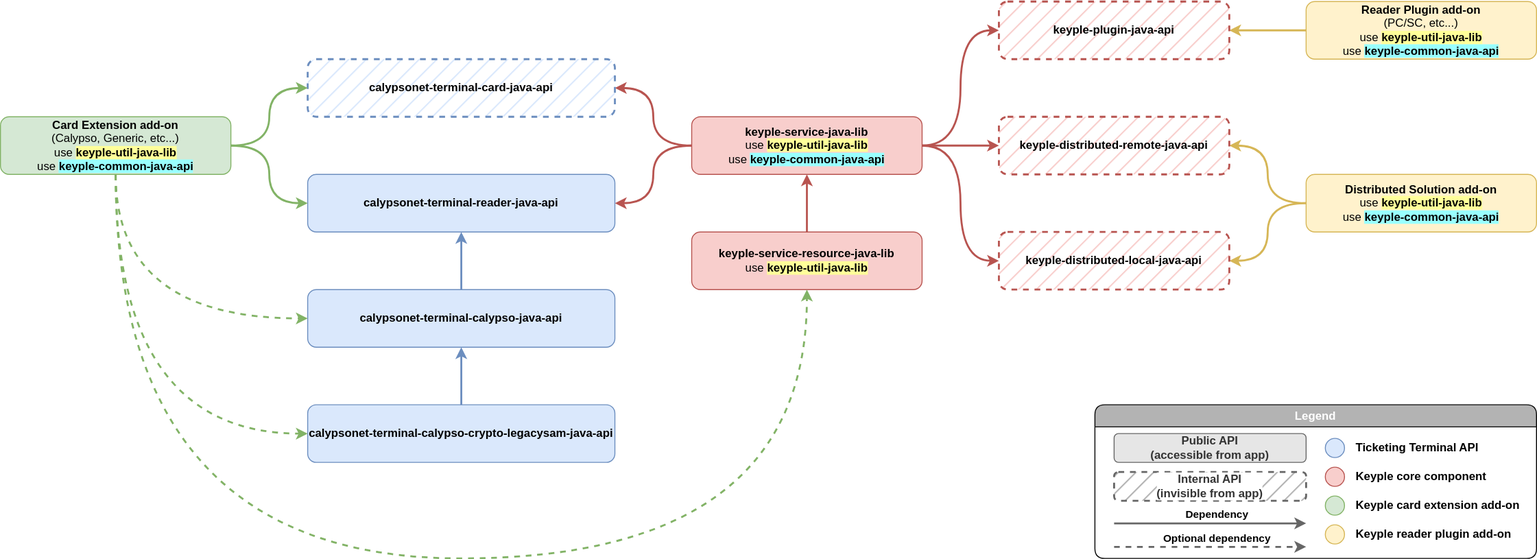
Before: static/media/learn/developer-guide/component-dependencies/component_dependencies_overview.drawio.svg, a diagram exported from draw.io (eclipse-keyple/keyple-website). Source tidied: cells renumbered, new cells last; positions are measured from the earlier drawing's top-left corner, leaving out a move shared by most shapes.
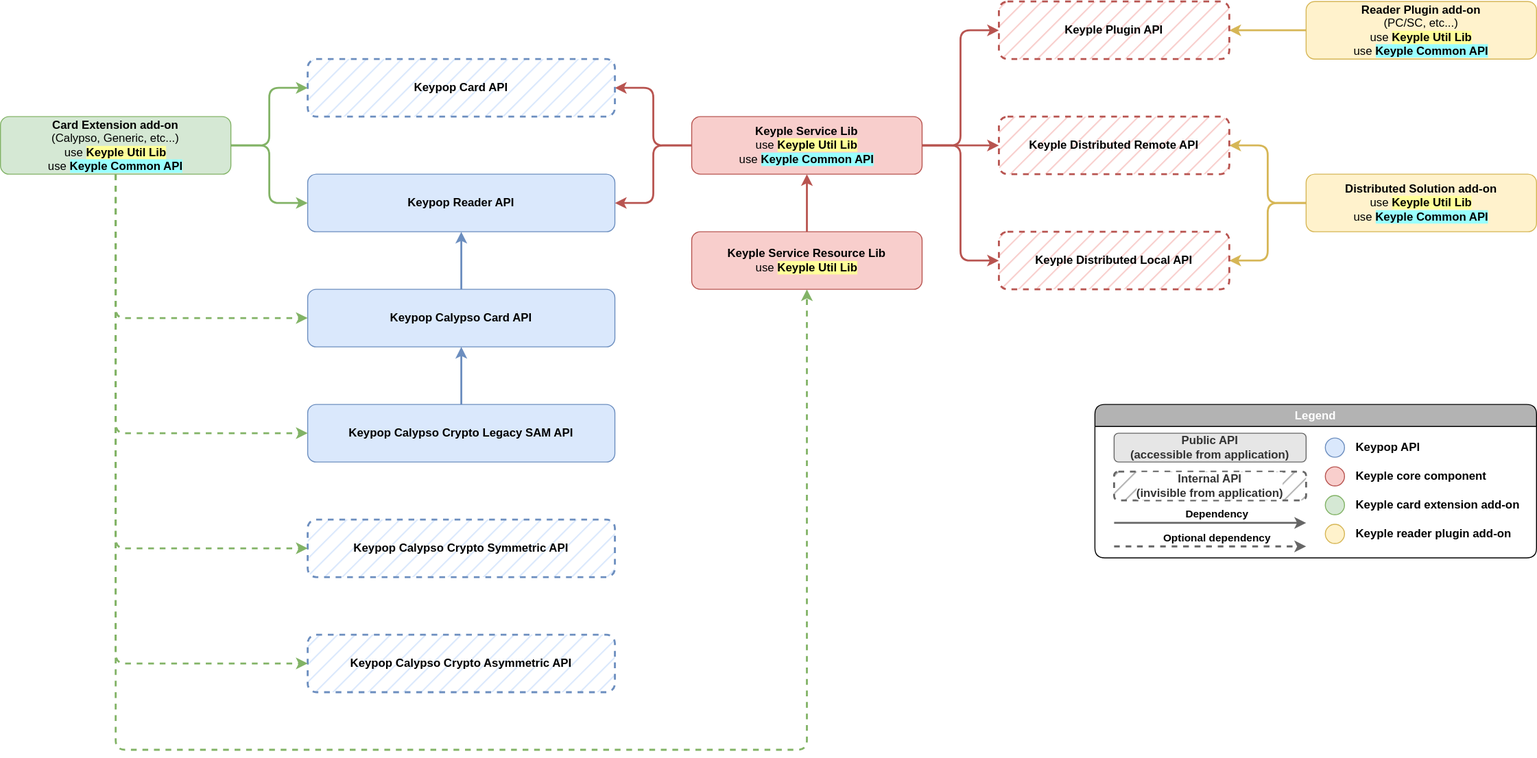
Above is the later version.

Change to the diagram source:
```diff
@@ -5,49 +5,49 @@
     <mxCell id="2" style="edgeStyle=orthogonalEdgeStyle;curved=1;jettySize=auto;html=1;exitX=0;exitY=0.5;exitDx=0;exitDy=0;entryX=1;entryY=0.5;entryDx=0;entryDy=0;strokeWidth=2;fillColor=#fff2cc;strokeColor=#d6b656;" parent="1" edge="1" source="3" target="15">
       <mxGeometry relative="1" as="geometry" />
     </mxCell>
-    <mxCell id="3" value="&lt;b&gt;Reader Plugin add-on&lt;/b&gt;&lt;br&gt;(PC/SC, etc...)&lt;br&gt;use &lt;b style=&quot;background-color: rgb(255, 255, 153);&quot;&gt;keyple-util-java-lib&lt;/b&gt;&lt;br&gt;use &lt;b style=&quot;background-color: rgb(153, 255, 255);&quot;&gt;keyple-common-java-api&lt;/b&gt;" style="rounded=1;whiteSpace=wrap;html=1;fillColor=#fff2cc;strokeColor=#d6b656;fontStyle=0;" parent="1" vertex="1">
+    <mxCell id="3" value="&lt;b&gt;Reader Plugin add-on&lt;/b&gt;&lt;br&gt;(PC/SC, etc...)&lt;br&gt;use&amp;nbsp;&lt;b style=&quot;border-color: var(--border-color); background-color: rgb(255, 255, 153);&quot;&gt;Keyple Util Lib&lt;/b&gt;&lt;br&gt;use &lt;b style=&quot;background-color: rgb(153, 255, 255);&quot;&gt;Keyple Common API&lt;/b&gt;" style="rounded=1;whiteSpace=wrap;html=1;fillColor=#fff2cc;strokeColor=#d6b656;fontStyle=0;" parent="1" vertex="1">
       <mxGeometry x="1360" width="240" height="60" as="geometry" />
     </mxCell>
     <mxCell id="4" style="edgeStyle=orthogonalEdgeStyle;jettySize=auto;html=1;exitX=0.5;exitY=0;exitDx=0;exitDy=0;entryX=0.5;entryY=1;entryDx=0;entryDy=0;strokeWidth=2;fillColor=#f8cecc;strokeColor=#b85450;curved=1;" parent="1" edge="1" source="5" target="11">
       <mxGeometry relative="1" as="geometry" />
     </mxCell>
-    <mxCell id="5" value="&lt;b&gt;keyple-service-resource-java-lib&lt;/b&gt;&lt;br&gt;use &lt;b style=&quot;background-color: rgb(255, 255, 153);&quot;&gt;keyple-util-java-lib&lt;/b&gt;" style="rounded=1;whiteSpace=wrap;html=1;fillColor=#f8cecc;strokeColor=#b85450;fontStyle=0;" parent="1" vertex="1">
+    <mxCell id="5" value="&lt;b&gt;Keyple Service Resource Lib&lt;/b&gt;&lt;br&gt;use&amp;nbsp;&lt;b style=&quot;border-color: var(--border-color); background-color: rgb(255, 255, 153);&quot;&gt;Keyple Util Lib&lt;/b&gt;" style="rounded=1;whiteSpace=wrap;html=1;fillColor=#f8cecc;strokeColor=#b85450;fontStyle=0;" parent="1" vertex="1">
       <mxGeometry x="720" y="240" width="240" height="60" as="geometry" />
     </mxCell>
-    <mxCell id="6" style="edgeStyle=orthogonalEdgeStyle;curved=1;jettySize=auto;html=1;exitX=1;exitY=0.5;exitDx=0;exitDy=0;entryX=0;entryY=0.5;entryDx=0;entryDy=0;strokeWidth=2;fillColor=#f8cecc;strokeColor=#b85450;" parent="1" edge="1" source="11" target="15">
+    <mxCell id="6" style="edgeStyle=orthogonalEdgeStyle;jettySize=auto;html=1;exitX=1;exitY=0.5;exitDx=0;exitDy=0;entryX=0;entryY=0.5;entryDx=0;entryDy=0;strokeWidth=2;fillColor=#f8cecc;strokeColor=#b85450;rounded=1;" parent="1" edge="1" source="11" target="15">
       <mxGeometry relative="1" as="geometry" />
     </mxCell>
     <mxCell id="7" style="edgeStyle=orthogonalEdgeStyle;curved=1;jettySize=auto;html=1;exitX=1;exitY=0.5;exitDx=0;exitDy=0;entryX=0;entryY=0.5;entryDx=0;entryDy=0;strokeWidth=2;fillColor=#f8cecc;strokeColor=#b85450;" parent="1" edge="1" source="11" target="16">
       <mxGeometry relative="1" as="geometry" />
     </mxCell>
-    <mxCell id="8" style="edgeStyle=orthogonalEdgeStyle;curved=1;jettySize=auto;html=1;exitX=1;exitY=0.5;exitDx=0;exitDy=0;entryX=0;entryY=0.5;entryDx=0;entryDy=0;strokeWidth=2;fillColor=#f8cecc;strokeColor=#b85450;" parent="1" edge="1" source="11" target="17">
+    <mxCell id="8" style="edgeStyle=orthogonalEdgeStyle;jettySize=auto;html=1;exitX=1;exitY=0.5;exitDx=0;exitDy=0;entryX=0;entryY=0.5;entryDx=0;entryDy=0;strokeWidth=2;fillColor=#f8cecc;strokeColor=#b85450;rounded=1;" parent="1" edge="1" source="11" target="17">
       <mxGeometry relative="1" as="geometry" />
     </mxCell>
-    <mxCell id="9" style="edgeStyle=orthogonalEdgeStyle;curved=1;jettySize=auto;html=1;exitX=0;exitY=0.5;exitDx=0;exitDy=0;entryX=1;entryY=0.5;entryDx=0;entryDy=0;strokeWidth=2;fillColor=#f8cecc;strokeColor=#b85450;" parent="1" edge="1" source="11" target="38">
+    <mxCell id="9" style="edgeStyle=orthogonalEdgeStyle;jettySize=auto;html=1;exitX=0;exitY=0.5;exitDx=0;exitDy=0;entryX=1;entryY=0.5;entryDx=0;entryDy=0;strokeWidth=2;fillColor=#f8cecc;strokeColor=#b85450;rounded=1;" parent="1" edge="1" source="11" target="38">
       <mxGeometry relative="1" as="geometry" />
     </mxCell>
-    <mxCell id="10" style="edgeStyle=orthogonalEdgeStyle;curved=1;jettySize=auto;html=1;exitX=0;exitY=0.5;exitDx=0;exitDy=0;entryX=1;entryY=0.5;entryDx=0;entryDy=0;strokeWidth=2;fillColor=#f8cecc;strokeColor=#b85450;" parent="1" edge="1" source="11" target="37">
+    <mxCell id="10" style="edgeStyle=orthogonalEdgeStyle;jettySize=auto;html=1;exitX=0;exitY=0.5;exitDx=0;exitDy=0;entryX=1;entryY=0.5;entryDx=0;entryDy=0;strokeWidth=2;fillColor=#f8cecc;strokeColor=#b85450;rounded=1;" parent="1" edge="1" source="11" target="37">
       <mxGeometry relative="1" as="geometry" />
     </mxCell>
-    <mxCell id="11" value="&lt;b&gt;keyple-service-java-lib&lt;/b&gt;&lt;br&gt;use &lt;b style=&quot;background-color: rgb(255, 255, 153);&quot;&gt;keyple-util-java-lib&lt;/b&gt;&lt;br&gt;use &lt;b style=&quot;background-color: rgb(153, 255, 255);&quot;&gt;keyple-common-java-api&lt;/b&gt;" style="rounded=1;whiteSpace=wrap;html=1;fillColor=#f8cecc;strokeColor=#b85450;fontStyle=0;" parent="1" vertex="1">
+    <mxCell id="11" value="&lt;b&gt;Keyple Service Lib&lt;/b&gt;&lt;br&gt;use&amp;nbsp;&lt;b style=&quot;border-color: var(--border-color); background-color: rgb(255, 255, 153);&quot;&gt;Keyple Util Lib&lt;/b&gt;&lt;br&gt;use &lt;b style=&quot;background-color: rgb(153, 255, 255);&quot;&gt;Keyple Common API&lt;/b&gt;" style="rounded=1;whiteSpace=wrap;html=1;fillColor=#f8cecc;strokeColor=#b85450;fontStyle=0;" parent="1" vertex="1">
       <mxGeometry x="720" y="120" width="240" height="60" as="geometry" />
     </mxCell>
-    <mxCell id="12" style="edgeStyle=orthogonalEdgeStyle;curved=1;jettySize=auto;html=1;exitX=0;exitY=0.5;exitDx=0;exitDy=0;entryX=1;entryY=0.5;entryDx=0;entryDy=0;strokeWidth=2;fillColor=#fff2cc;strokeColor=#d6b656;" parent="1" edge="1" source="14" target="16">
+    <mxCell id="12" style="edgeStyle=orthogonalEdgeStyle;jettySize=auto;html=1;exitX=0;exitY=0.5;exitDx=0;exitDy=0;entryX=1;entryY=0.5;entryDx=0;entryDy=0;strokeWidth=2;fillColor=#fff2cc;strokeColor=#d6b656;rounded=1;" parent="1" edge="1" source="14" target="16">
       <mxGeometry relative="1" as="geometry" />
     </mxCell>
-    <mxCell id="13" style="edgeStyle=orthogonalEdgeStyle;jettySize=auto;html=1;exitX=0;exitY=0.5;exitDx=0;exitDy=0;entryX=1;entryY=0.5;entryDx=0;entryDy=0;curved=1;fillColor=#fff2cc;strokeColor=#d6b656;strokeWidth=2;" parent="1" edge="1" source="14" target="17">
+    <mxCell id="13" style="edgeStyle=orthogonalEdgeStyle;jettySize=auto;html=1;exitX=0;exitY=0.5;exitDx=0;exitDy=0;entryX=1;entryY=0.5;entryDx=0;entryDy=0;fillColor=#fff2cc;strokeColor=#d6b656;strokeWidth=2;rounded=1;" parent="1" edge="1" source="14" target="17">
       <mxGeometry relative="1" as="geometry" />
     </mxCell>
-    <mxCell id="14" value="&lt;b&gt;Distributed Solution add-on&lt;/b&gt;&lt;br&gt;use &lt;b style=&quot;background-color: rgb(255, 255, 153);&quot;&gt;keyple-util-java-lib&lt;/b&gt;&lt;br&gt;use &lt;b style=&quot;background-color: rgb(153, 255, 255);&quot;&gt;keyple-common-java-api&lt;/b&gt;" style="rounded=1;whiteSpace=wrap;html=1;fillColor=#fff2cc;strokeColor=#d6b656;fontStyle=0;" parent="1" vertex="1">
+    <mxCell id="14" value="&lt;b&gt;Distributed Solution add-on&lt;/b&gt;&lt;br&gt;use&amp;nbsp;&lt;b style=&quot;border-color: var(--border-color); background-color: rgb(255, 255, 153);&quot;&gt;Keyple Util Lib&lt;/b&gt;&lt;br&gt;use &lt;b style=&quot;background-color: rgb(153, 255, 255);&quot;&gt;Keyple Common API&lt;/b&gt;" style="rounded=1;whiteSpace=wrap;html=1;fillColor=#fff2cc;strokeColor=#d6b656;fontStyle=0;" parent="1" vertex="1">
       <mxGeometry x="1360" y="180" width="240" height="60" as="geometry" />
     </mxCell>
-    <mxCell id="15" value="keyple-plugin-java-api" style="rounded=1;whiteSpace=wrap;html=1;fillColor=#f8cecc;strokeColor=#b85450;fontStyle=1;dashed=1;fillStyle=hatch;glass=0;shadow=0;perimeterSpacing=0;strokeWidth=2;" parent="1" vertex="1">
+    <mxCell id="15" value="Keyple Plugin API" style="rounded=1;whiteSpace=wrap;html=1;fillColor=#f8cecc;strokeColor=#b85450;fontStyle=1;dashed=1;fillStyle=hatch;glass=0;shadow=0;perimeterSpacing=0;strokeWidth=2;" parent="1" vertex="1">
       <mxGeometry x="1040" width="240" height="60" as="geometry" />
     </mxCell>
-    <mxCell id="16" value="keyple-distributed-remote-java-api" style="rounded=1;whiteSpace=wrap;html=1;fillColor=#f8cecc;strokeColor=#b85450;fontStyle=1;dashed=1;strokeWidth=2;fillStyle=hatch;" parent="1" vertex="1">
+    <mxCell id="16" value="Keyple Distributed Remote API" style="rounded=1;whiteSpace=wrap;html=1;fillColor=#f8cecc;strokeColor=#b85450;fontStyle=1;dashed=1;strokeWidth=2;fillStyle=hatch;" parent="1" vertex="1">
       <mxGeometry x="1040" y="120" width="240" height="60" as="geometry" />
     </mxCell>
-    <mxCell id="17" value="keyple-distributed-local-java-api" style="rounded=1;whiteSpace=wrap;html=1;fillColor=#f8cecc;strokeColor=#b85450;fontStyle=1;dashed=1;strokeWidth=2;fillStyle=hatch;" parent="1" vertex="1">
+    <mxCell id="17" value="Keyple Distributed Local API" style="rounded=1;whiteSpace=wrap;html=1;fillColor=#f8cecc;strokeColor=#b85450;fontStyle=1;dashed=1;strokeWidth=2;fillStyle=hatch;" parent="1" vertex="1">
       <mxGeometry x="1040" y="240" width="240" height="60" as="geometry" />
     </mxCell>
     <mxCell id="18" value="Legend" style="swimlane;whiteSpace=wrap;html=1;shadow=0;glass=0;labelBackgroundColor=#B3B3B3;fillStyle=auto;strokeWidth=1;fillColor=#B3B3B3;gradientColor=none;rounded=1;swimlaneFillColor=none;swimlaneLine=1;fontColor=#FFFFFF;" parent="1" vertex="1">
@@ -64,16 +64,16 @@
         <mxPoint x="15" y="-9" as="offset" />
       </mxGeometry>
     </mxCell>
-    <mxCell id="21" value="Public API&lt;br&gt;(accessible from app)" style="rounded=1;whiteSpace=wrap;html=1;fillColor=#E6E6E6;strokeColor=#666666;fontStyle=1;strokeWidth=1;fillStyle=auto;fontColor=#333333;gradientColor=none;labelBackgroundColor=none;" parent="18" vertex="1">
+    <mxCell id="21" value="Public API&lt;br&gt;(accessible from application)" style="rounded=1;whiteSpace=wrap;html=1;fillColor=#E6E6E6;strokeColor=#666666;fontStyle=1;strokeWidth=1;fillStyle=auto;fontColor=#333333;gradientColor=none;labelBackgroundColor=none;" parent="18" vertex="1">
       <mxGeometry x="20" y="30" width="200" height="30" as="geometry" />
     </mxCell>
-    <mxCell id="22" value="Internal API&lt;br&gt;(invisible from app)" style="rounded=1;whiteSpace=wrap;html=1;fillColor=#B3B3B3;strokeColor=#666666;fontStyle=1;strokeWidth=2;fillStyle=hatch;fontColor=#333333;gradientColor=none;dashed=1;labelBackgroundColor=default;" parent="18" vertex="1">
+    <mxCell id="22" value="Internal API&lt;br&gt;(invisible from application)" style="rounded=1;whiteSpace=wrap;html=1;fillColor=#B3B3B3;strokeColor=#666666;fontStyle=1;strokeWidth=2;fillStyle=hatch;fontColor=#333333;gradientColor=none;dashed=1;labelBackgroundColor=default;" parent="18" vertex="1">
       <mxGeometry x="20" y="70" width="200" height="30" as="geometry" />
     </mxCell>
     <mxCell id="23" style="ellipse;whiteSpace=wrap;html=1;fillColor=#dae8fc;strokeColor=#6c8ebf;strokeWidth=1;" parent="18" vertex="1">
       <mxGeometry x="240" y="35" width="20" height="20" as="geometry" />
     </mxCell>
-    <mxCell id="24" value="Ticketing Terminal API" style="text;html=1;strokeColor=none;fillColor=none;align=left;verticalAlign=middle;whiteSpace=wrap;rounded=0;strokeWidth=1;fontStyle=1;" parent="18" vertex="1">
+    <mxCell id="24" value="Keypop API" style="text;html=1;strokeColor=none;fillColor=none;align=left;verticalAlign=middle;whiteSpace=wrap;rounded=0;strokeWidth=1;fontStyle=1;" parent="18" vertex="1">
       <mxGeometry x="270" y="30" width="180" height="30" as="geometry" />
     </mxCell>
     <mxCell id="25" style="ellipse;whiteSpace=wrap;html=1;fillColor=#f8cecc;strokeColor=#b85450;strokeWidth=1;" parent="18" vertex="1">
@@ -108,43 +108,55 @@
     <mxCell id="33" style="edgeStyle=orthogonalEdgeStyle;curved=1;jettySize=auto;html=1;exitX=0.5;exitY=0;exitDx=0;exitDy=0;entryX=0.5;entryY=1;entryDx=0;entryDy=0;strokeWidth=2;fillColor=#dae8fc;strokeColor=#6c8ebf;" parent="1" edge="1" source="34" target="36">
       <mxGeometry relative="1" as="geometry" />
     </mxCell>
-    <mxCell id="34" value="calypsonet-terminal-calypso-crypto-legacysam-java-api" style="rounded=1;whiteSpace=wrap;html=1;fillColor=#dae8fc;strokeColor=#6c8ebf;fontStyle=1;" parent="1" vertex="1">
+    <mxCell id="34" value="Keypop Calypso Crypto Legacy SAM API" style="rounded=1;whiteSpace=wrap;html=1;fillColor=#dae8fc;strokeColor=#6c8ebf;fontStyle=1;" parent="1" vertex="1">
       <mxGeometry x="320" y="420" width="320" height="60" as="geometry" />
     </mxCell>
     <mxCell id="35" style="edgeStyle=orthogonalEdgeStyle;curved=1;jettySize=auto;html=1;exitX=0.5;exitY=0;exitDx=0;exitDy=0;entryX=0.5;entryY=1;entryDx=0;entryDy=0;strokeWidth=2;fillColor=#dae8fc;strokeColor=#6c8ebf;" parent="1" edge="1" source="36" target="37">
       <mxGeometry relative="1" as="geometry" />
     </mxCell>
-    <mxCell id="36" value="calypsonet-terminal-calypso-java-api" style="rounded=1;whiteSpace=wrap;html=1;fillColor=#dae8fc;strokeColor=#6c8ebf;fontStyle=1;" parent="1" vertex="1">
+    <mxCell id="36" value="Keypop Calypso Card API" style="rounded=1;whiteSpace=wrap;html=1;fillColor=#dae8fc;strokeColor=#6c8ebf;fontStyle=1;" parent="1" vertex="1">
       <mxGeometry x="320" y="300" width="320" height="60" as="geometry" />
     </mxCell>
-    <mxCell id="37" value="calypsonet-terminal-reader-java-api" style="rounded=1;whiteSpace=wrap;html=1;fillColor=#dae8fc;strokeColor=#6c8ebf;fontStyle=1;" parent="1" vertex="1">
+    <mxCell id="37" value="Keypop Reader API" style="rounded=1;whiteSpace=wrap;html=1;fillColor=#dae8fc;strokeColor=#6c8ebf;fontStyle=1;" parent="1" vertex="1">
       <mxGeometry x="320" y="180" width="320" height="60" as="geometry" />
     </mxCell>
-    <mxCell id="38" value="calypsonet-terminal-card-java-api" style="rounded=1;whiteSpace=wrap;html=1;fillColor=#dae8fc;strokeColor=#6c8ebf;fontStyle=1;dashed=1;fillStyle=hatch;gradientColor=none;strokeWidth=2;" parent="1" vertex="1">
+    <mxCell id="38" value="Keypop Card API" style="rounded=1;whiteSpace=wrap;html=1;fillColor=#dae8fc;strokeColor=#6c8ebf;fontStyle=1;dashed=1;fillStyle=hatch;gradientColor=none;strokeWidth=2;" parent="1" vertex="1">
       <mxGeometry x="320" y="60" width="320" height="60" as="geometry" />
     </mxCell>
-    <mxCell id="39" style="edgeStyle=orthogonalEdgeStyle;curved=1;jettySize=auto;html=1;exitX=1;exitY=0.5;exitDx=0;exitDy=0;entryX=0;entryY=0.5;entryDx=0;entryDy=0;strokeWidth=2;fillColor=#d5e8d4;strokeColor=#82b366;" parent="1" edge="1" source="44" target="38">
+    <mxCell id="39" style="edgeStyle=orthogonalEdgeStyle;jettySize=auto;html=1;exitX=1;exitY=0.5;exitDx=0;exitDy=0;entryX=0;entryY=0.5;entryDx=0;entryDy=0;strokeWidth=2;fillColor=#d5e8d4;strokeColor=#82b366;rounded=1;" parent="1" edge="1" source="44" target="38">
       <mxGeometry relative="1" as="geometry" />
     </mxCell>
-    <mxCell id="40" style="edgeStyle=orthogonalEdgeStyle;curved=1;jettySize=auto;html=1;exitX=1;exitY=0.5;exitDx=0;exitDy=0;entryX=0;entryY=0.5;entryDx=0;entryDy=0;strokeWidth=2;fillColor=#d5e8d4;strokeColor=#82b366;" parent="1" edge="1" source="44" target="37">
+    <mxCell id="40" style="edgeStyle=orthogonalEdgeStyle;jettySize=auto;html=1;exitX=1;exitY=0.5;exitDx=0;exitDy=0;entryX=0;entryY=0.5;entryDx=0;entryDy=0;strokeWidth=2;fillColor=#d5e8d4;strokeColor=#82b366;rounded=1;" parent="1" edge="1" source="44" target="37">
       <mxGeometry relative="1" as="geometry" />
     </mxCell>
-    <mxCell id="41" style="edgeStyle=orthogonalEdgeStyle;curved=1;jettySize=auto;html=1;exitX=0.5;exitY=1;exitDx=0;exitDy=0;entryX=0;entryY=0.5;entryDx=0;entryDy=0;strokeWidth=2;fillColor=#d5e8d4;strokeColor=#82b366;dashed=1;" parent="1" edge="1" source="44" target="36">
+    <mxCell id="41" style="edgeStyle=orthogonalEdgeStyle;jettySize=auto;html=1;exitX=0.5;exitY=1;exitDx=0;exitDy=0;entryX=0;entryY=0.5;entryDx=0;entryDy=0;strokeWidth=2;fillColor=#d5e8d4;strokeColor=#82b366;dashed=1;rounded=1;" parent="1" edge="1" source="44" target="36">
       <mxGeometry relative="1" as="geometry" />
     </mxCell>
-    <mxCell id="42" style="edgeStyle=orthogonalEdgeStyle;curved=1;jettySize=auto;html=1;exitX=0.5;exitY=1;exitDx=0;exitDy=0;entryX=0;entryY=0.5;entryDx=0;entryDy=0;dashed=1;strokeWidth=2;fillColor=#d5e8d4;strokeColor=#82b366;" parent="1" edge="1" source="44" target="34">
+    <mxCell id="42" style="edgeStyle=orthogonalEdgeStyle;jettySize=auto;html=1;exitX=0.5;exitY=1;exitDx=0;exitDy=0;entryX=0;entryY=0.5;entryDx=0;entryDy=0;dashed=1;strokeWidth=2;fillColor=#d5e8d4;strokeColor=#82b366;rounded=1;" parent="1" edge="1" source="44" target="34">
       <mxGeometry relative="1" as="geometry" />
     </mxCell>
-    <mxCell id="43" style="edgeStyle=orthogonalEdgeStyle;curved=1;jettySize=auto;html=1;exitX=0.5;exitY=1;exitDx=0;exitDy=0;entryX=0.5;entryY=1;entryDx=0;entryDy=0;dashed=1;strokeWidth=2;fillColor=#d5e8d4;strokeColor=#82b366;" parent="1" edge="1" source="44" target="5">
+    <mxCell id="43" style="edgeStyle=orthogonalEdgeStyle;jettySize=auto;html=1;exitX=0.5;exitY=1;exitDx=0;exitDy=0;entryX=0.5;entryY=1;entryDx=0;entryDy=0;dashed=1;strokeWidth=2;fillColor=#d5e8d4;strokeColor=#82b366;rounded=1;" parent="1" edge="1" source="44" target="5">
       <mxGeometry relative="1" as="geometry">
         <Array as="points">
-          <mxPoint x="120" y="580" />
-          <mxPoint x="840" y="580" />
+          <mxPoint x="120" y="780" />
+          <mxPoint x="840" y="780" />
         </Array>
       </mxGeometry>
     </mxCell>
-    <mxCell id="44" value="&lt;b&gt;Card Extension add-on&lt;/b&gt;&lt;br&gt;(Calypso, Generic, etc...)&lt;br&gt;use &lt;b style=&quot;background-color: rgb(255, 255, 153);&quot;&gt;keyple-util-java-lib&lt;/b&gt;&lt;br&gt;use &lt;b style=&quot;background-color: rgb(153, 255, 255);&quot;&gt;keyple-common-java-api&lt;/b&gt;" style="rounded=1;whiteSpace=wrap;html=1;fillColor=#d5e8d4;strokeColor=#82b366;fontStyle=0;" parent="1" vertex="1">
+    <mxCell id="44" value="&lt;b&gt;Card Extension add-on&lt;/b&gt;&lt;br&gt;(Calypso, Generic, etc...)&lt;br&gt;use &lt;b style=&quot;background-color: rgb(255, 255, 153);&quot;&gt;Keyple Util Lib&lt;/b&gt;&lt;br&gt;use &lt;span style=&quot;background-color: rgb(153, 255, 255);&quot;&gt;&lt;b&gt;Keyple Common API&lt;/b&gt;&lt;/span&gt;" style="rounded=1;whiteSpace=wrap;html=1;fillColor=#d5e8d4;strokeColor=#82b366;fontStyle=0;" parent="1" vertex="1">
       <mxGeometry y="120" width="240" height="60" as="geometry" />
     </mxCell>
+    <mxCell id="45" value="Keypop Calypso Crypto Symmetric API" style="rounded=1;whiteSpace=wrap;html=1;fillColor=#dae8fc;strokeColor=#6c8ebf;fontStyle=1;dashed=1;fillStyle=hatch;gradientColor=none;strokeWidth=2;" parent="1" vertex="1">
+      <mxGeometry x="320" y="540" width="320" height="60" as="geometry" />
+    </mxCell>
+    <mxCell id="46" value="Keypop Calypso Crypto Asymmetric API" style="rounded=1;whiteSpace=wrap;html=1;fillColor=#dae8fc;strokeColor=#6c8ebf;fontStyle=1;dashed=1;fillStyle=hatch;gradientColor=none;strokeWidth=2;" parent="1" vertex="1">
+      <mxGeometry x="320" y="660" width="320" height="60" as="geometry" />
+    </mxCell>
+    <mxCell id="47" style="edgeStyle=orthogonalEdgeStyle;jettySize=auto;html=1;exitX=0.5;exitY=1;exitDx=0;exitDy=0;entryX=0;entryY=0.5;entryDx=0;entryDy=0;dashed=1;strokeWidth=2;fillColor=#d5e8d4;strokeColor=#82b366;rounded=1;" parent="1" edge="1" source="44" target="45">
+      <mxGeometry relative="1" as="geometry" />
+    </mxCell>
+    <mxCell id="48" style="edgeStyle=orthogonalEdgeStyle;jettySize=auto;html=1;exitX=0.5;exitY=1;exitDx=0;exitDy=0;entryX=0;entryY=0.5;entryDx=0;entryDy=0;dashed=1;strokeWidth=2;fillColor=#d5e8d4;strokeColor=#82b366;rounded=1;" parent="1" edge="1" source="44" target="46">
+      <mxGeometry relative="1" as="geometry" />
+    </mxCell>
   </root>
 </mxGraphModel>
```
